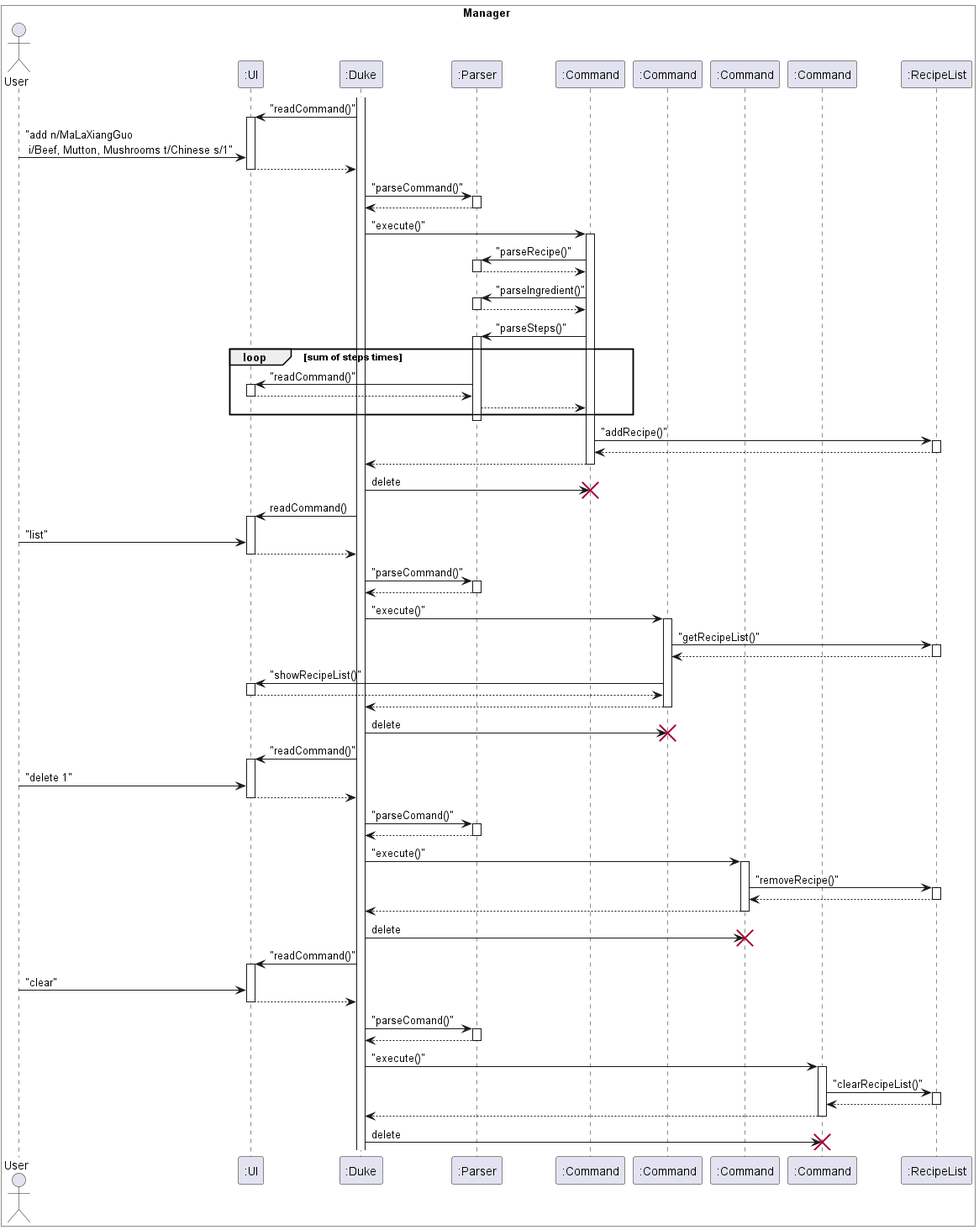
This is docs/PlantUML/RecipeManage.png from nus-cs2113-AY2223S2/tp, a PlantUML export, as it was before one commit.
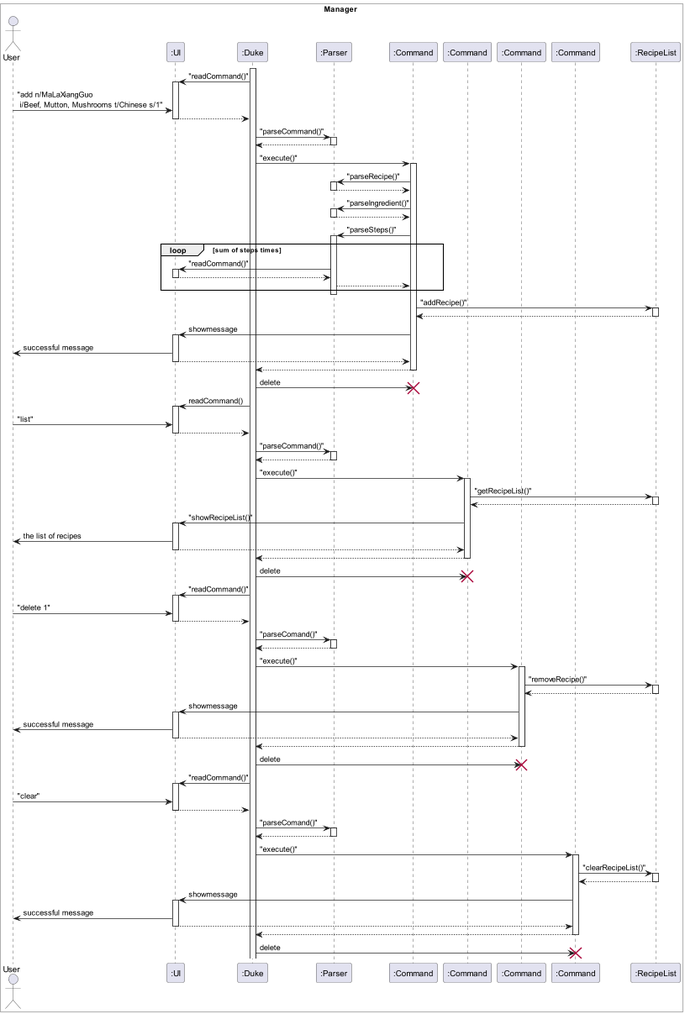
After the change.

Commit message:
Fetch: add details in graph

Diff of the diagram source:
```diff
@@ -45,6 +45,11 @@
 activate RecipeList
 RecipeList --> Command1
 deactivate RecipeList
+Command1 -> UI : showmessage
+activate UI
+UI -> User : successful message
+UI --> Command1
+deactivate UI
 Command1 --> Duke
 deactivate Command1
 Duke -> Command1 : delete
@@ -66,6 +71,7 @@
 deactivate RecipeList
 Command2 -> UI : "showRecipeList()"
 activate UI
+UI -> User : the list of recipes
 UI --> Command2
 deactivate UI
 Command2 --> Duke
@@ -87,6 +93,11 @@
 activate RecipeList
 RecipeList --> Command3
 deactivate RecipeList
+Command3 -> UI : showmessage
+activate UI
+UI -> User : successful message
+UI --> Command3
+deactivate UI
 Command3 --> Duke
 deactivate Command3
 Duke -> Command3 : delete
@@ -106,6 +117,11 @@
 activate RecipeList
 RecipeList --> Command4
 deactivate RecipeList
+Command4 -> UI : showmessage
+activate UI
+UI -> User : successful message
+UI --> Command4
+deactivate UI
 Command4 --> Duke
 deactivate Command4
 Duke -> Command4 : delete
```
